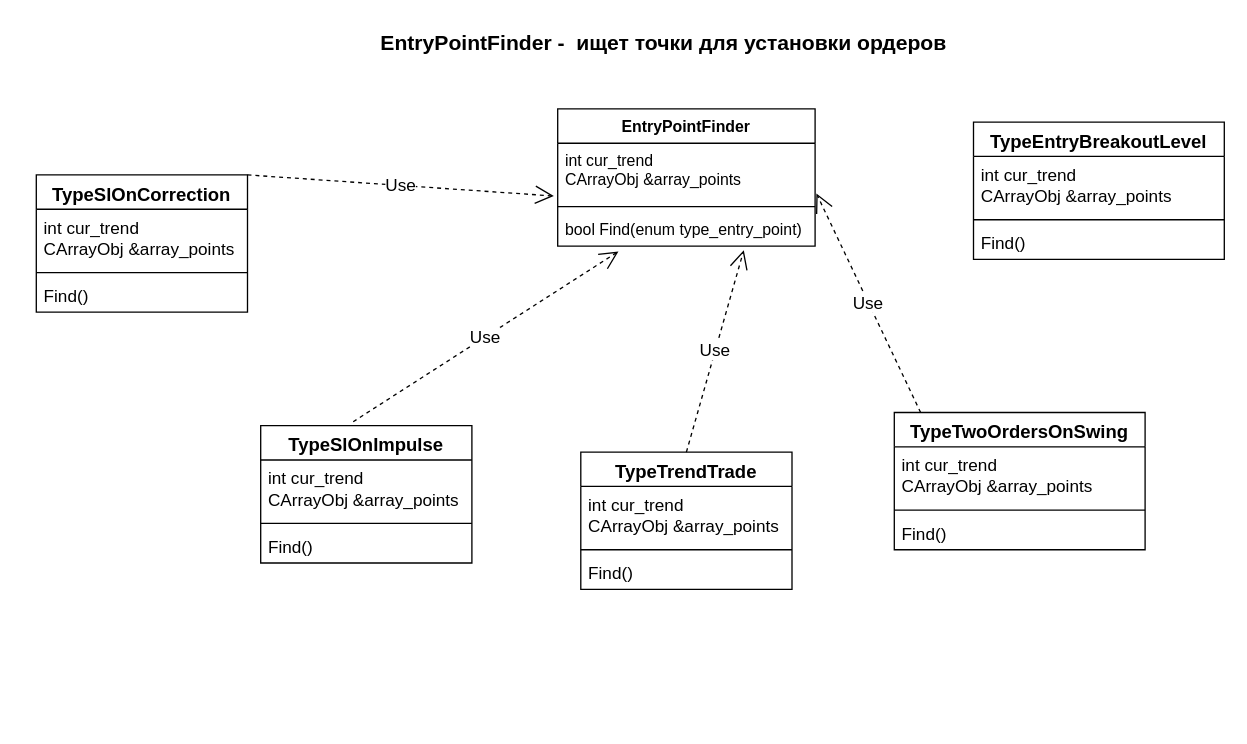
This is Schemas/Trade/FindEntryPoints/EntryPointFinder.drawio from Sleem28/Thesis-project, a draw.io file, before an edit. Source tidied: cells renumbered, new cells numbered last; positions are measured from the earlier drawing's top-left corner, leaving out a move shared by most shapes. Both pictures are drawn from the tidied source at 132%, with x=0, y=0 at pixel (36, 22).
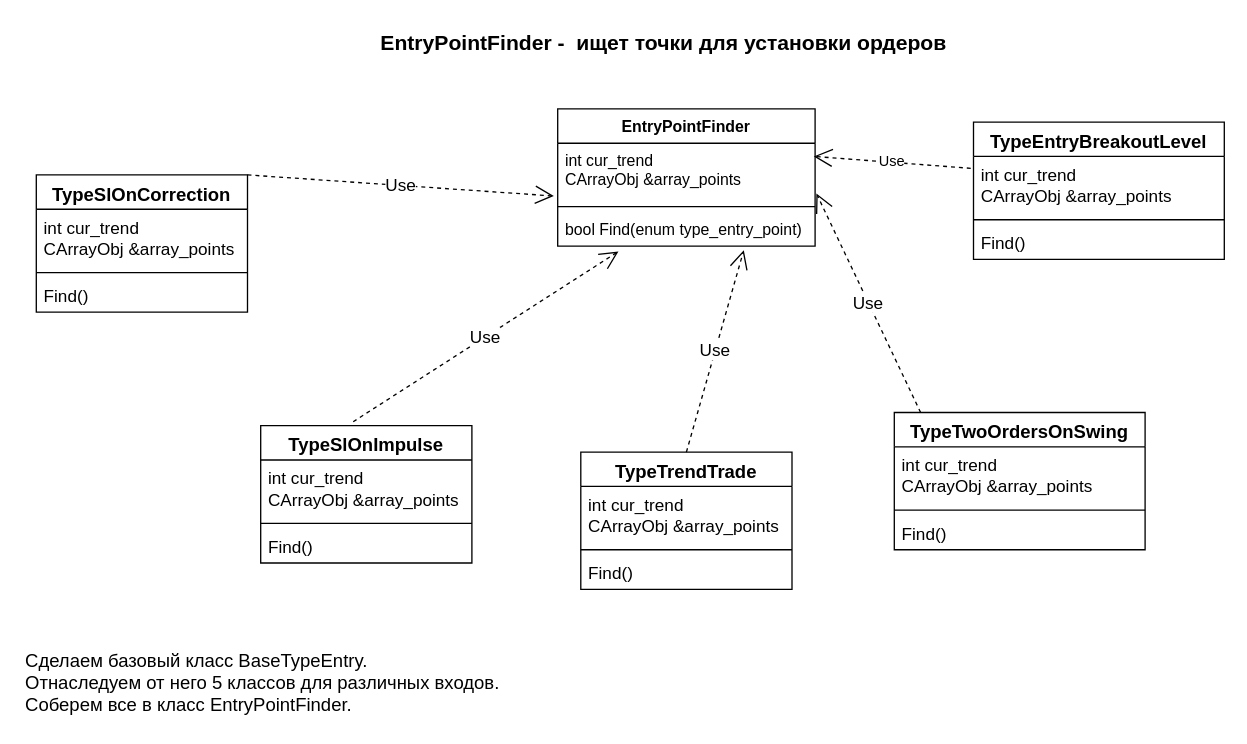
Above is the later version.

The change refers to these unchanged cells:
```xml
<mxCell id="3" value="int cur_trend&#10;CArrayObj &amp;array_points" style="text;strokeColor=none;fillColor=none;align=left;verticalAlign=top;spacingLeft=4;spacingRight=4;overflow=hidden;points=[[0,0.5],[1,0.5]];portConstraint=eastwest;" parent="2" vertex="1">
  <mxGeometry y="26" width="195" height="44" as="geometry" />
</mxCell>
<mxCell id="28" value="int cur_trend&#10;CArrayObj &amp;array_points" style="text;strokeColor=none;fillColor=none;align=left;verticalAlign=top;spacingLeft=4;spacingRight=4;overflow=hidden;points=[[0,0.5],[1,0.5]];portConstraint=eastwest;fontSize=13;" parent="27" vertex="1">
  <mxGeometry y="26" width="190" height="44" as="geometry" />
</mxCell>
```

The edit, as a diff of the source:
```diff
@@
+    <mxCell id="31" value="Use" style="endArrow=open;endSize=12;dashed=1;html=1;rounded=0;entryX=0.995;entryY=0.227;entryDx=0;entryDy=0;entryPerimeter=0;exitX=-0.011;exitY=0.205;exitDx=0;exitDy=0;exitPerimeter=0;" parent="1" edge="1" source="28" target="3">
+      <mxGeometry relative="1" as="geometry" />
+    </mxCell>
+    <mxCell id="32" value="Сделаем базовый класс BaseTypeEntry.&amp;nbsp;&lt;br&gt;Отнаследуем от него 5 классов для различных входов.&lt;br&gt;Соберем все в класс EntryPointFinder." style="text;html=1;align=left;verticalAlign=middle;strokeColor=none;fillColor=none;fontSize=14;" parent="1" vertex="1">
+      <mxGeometry x="-10" y="470" width="380" height="60" as="geometry" />
+    </mxCell>
```
